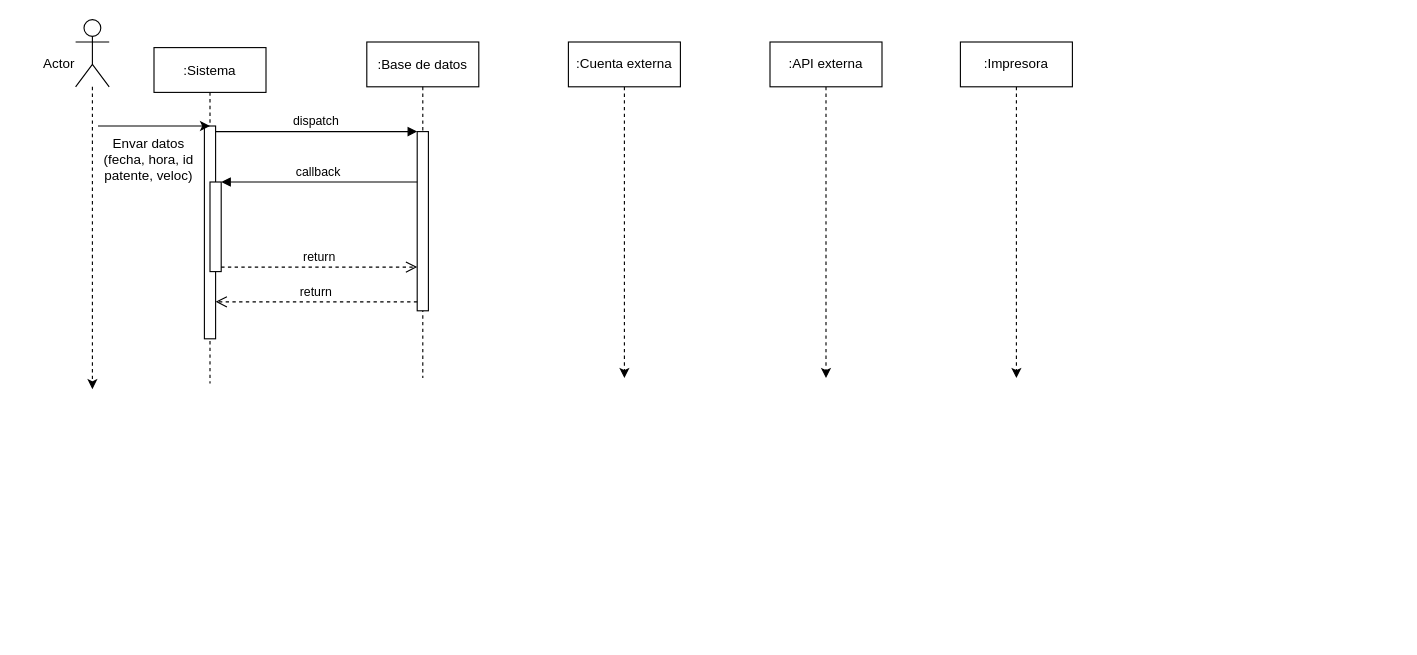
Tomas123-alt/izo-isw1-tpds keeps this draw.io diagram as diagrama/Diagrama sin título.drawio. Above is the earlier version. Source tidied: cells renumbered, new cells numbered last; positions are measured from the earlier drawing's top-left corner, leaving out a move shared by most shapes. Both pictures are drawn from the tidied source at 112%, with x=0, y=0 at pixel (30, 19).
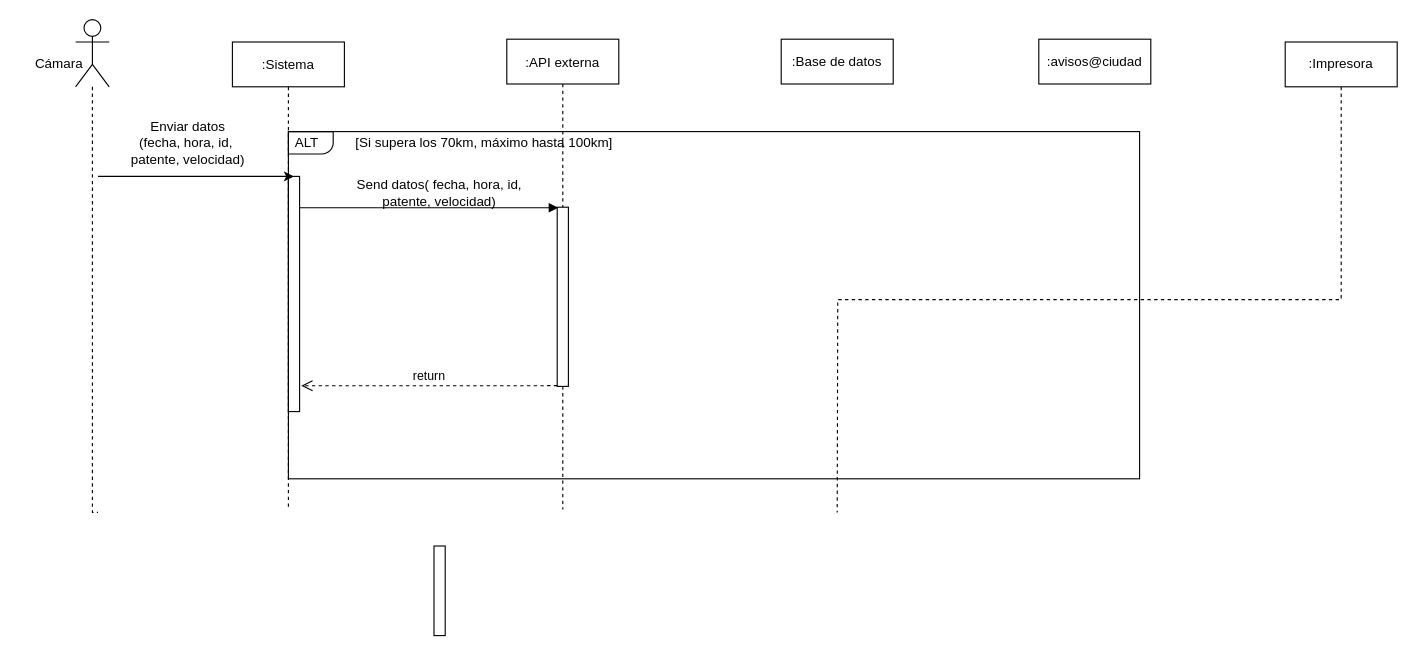
After the change.

The change refers to these unchanged cells:
```xml
<mxCell id="14" style="shape=umlActor;verticalLabelPosition=bottom;verticalAlign=top;html=1;outlineConnect=0;" parent="1" vertex="1">
  <mxGeometry x="40" width="30" height="60" as="geometry" />
</mxCell>
```

What changed in the source:
```diff
@@
     <mxCell id="2" value=":Sistema" style="shape=umlLifeline;perimeter=lifelinePerimeter;rounded=0;shadow=0;strokeWidth=1;size=40;" parent="1" vertex="1">
-      <mxGeometry x="110" y="25" width="100" height="300" as="geometry" />
+      <mxGeometry x="180" y="20" width="100" height="415" as="geometry" />
     </mxCell>
     <mxCell id="3" style="points=[];perimeter=orthogonalPerimeter;rounded=0;shadow=0;strokeWidth=1;" parent="2" vertex="1">
-      <mxGeometry x="45" y="70" width="10" height="190" as="geometry" />
+      <mxGeometry x="50" y="120" width="10" height="210" as="geometry" />
     </mxCell>
-    <mxCell id="4" style="points=[];perimeter=orthogonalPerimeter;rounded=0;shadow=0;strokeWidth=1;" parent="2" vertex="1">
-      <mxGeometry x="50" y="120" width="10" height="80" as="geometry" />
-    </mxCell>
-    <mxCell id="5" style="endArrow=classic;html=1;rounded=0;entryX=0.5;entryY=0;entryDx=0;entryDy=0;entryPerimeter=0;" parent="2" edge="1" target="3">
-      <mxGeometry relative="1" as="geometry">
-        <mxPoint x="-50" y="70" as="sourcePoint" />
-      </mxGeometry>
-    </mxCell>
-    <mxCell id="6" value="Envar datos&lt;br&gt;(fecha, hora, id&lt;br&gt;patente, veloc)" style="text;html=1;align=center;verticalAlign=middle;strokeColor=none;fillColor=none;" parent="2" vertex="1">
-      <mxGeometry x="-55" y="70" width="100" height="60" as="geometry" />
-    </mxCell>
-    <mxCell id="7" value=":Base de datos" style="shape=umlLifeline;perimeter=lifelinePerimeter;rounded=0;shadow=0;strokeWidth=1;" parent="1" vertex="1">
-      <mxGeometry x="300" y="20" width="100" height="300" as="geometry" />
+    <mxCell id="7" value=":API externa" style="shape=umlLifeline;perimeter=lifelinePerimeter;rounded=0;shadow=0;strokeWidth=1;" parent="1" vertex="1">
+      <mxGeometry x="425" y="17.5" width="100" height="420" as="geometry" />
     </mxCell>
     <mxCell id="8" style="points=[];perimeter=orthogonalPerimeter;rounded=0;shadow=0;strokeWidth=1;" parent="7" vertex="1">
-      <mxGeometry x="45" y="80" width="10" height="160" as="geometry" />
+      <mxGeometry x="45" y="150" width="10" height="160" as="geometry" />
     </mxCell>
-    <mxCell id="9" value="return" style="verticalAlign=bottom;endArrow=open;dashed=1;endSize=8;exitX=0;exitY=0.95;shadow=0;strokeWidth=1;" parent="1" edge="1" source="8" target="3">
+    <mxCell id="9" value="return" style="verticalAlign=bottom;endArrow=open;dashed=1;endSize=8;shadow=0;strokeWidth=1;entryX=1.15;entryY=0.89;entryDx=0;entryDy=0;entryPerimeter=0;exitX=0;exitY=0.996;exitDx=0;exitDy=0;exitPerimeter=0;" parent="1" edge="1" source="8" target="3">
       <mxGeometry relative="1" as="geometry" />
     </mxCell>
-    <mxCell id="10" value="dispatch" style="verticalAlign=bottom;endArrow=block;entryX=0;entryY=0;shadow=0;strokeWidth=1;" parent="1" edge="1" source="3" target="8">
+    <mxCell id="10" style="verticalAlign=bottom;endArrow=block;shadow=0;strokeWidth=1;entryX=0.1;entryY=0.003;entryDx=0;entryDy=0;entryPerimeter=0;" parent="1" edge="1" source="3" target="8">
       <mxGeometry relative="1" as="geometry" />
     </mxCell>
-    <mxCell id="11" value="callback" style="verticalAlign=bottom;endArrow=block;entryX=1;entryY=0;shadow=0;strokeWidth=1;" parent="1" edge="1" source="8" target="4">
-      <mxGeometry relative="1" as="geometry" />
-    </mxCell>
-    <mxCell id="12" value="return" style="verticalAlign=bottom;endArrow=open;dashed=1;endSize=8;exitX=1;exitY=0.95;shadow=0;strokeWidth=1;" parent="1" edge="1" source="4" target="8">
-      <mxGeometry relative="1" as="geometry" />
-    </mxCell>
-    <mxCell id="13" style="edgeStyle=orthogonalEdgeStyle;rounded=0;jettySize=auto;html=1;dashed=1;" parent="1" edge="1" source="14">
+    <mxCell id="13" style="edgeStyle=orthogonalEdgeStyle;rounded=0;jettySize=auto;html=1;dashed=1;endArrow=none;endFill=0;" parent="1" edge="1" source="14">
       <mxGeometry relative="1" as="geometry">
-        <mxPoint x="55" y="330" as="targetPoint" />
+        <mxPoint x="60" y="440" as="targetPoint" />
         <Array as="points">
           <mxPoint x="55" y="110" />
           <mxPoint x="55" y="110" />
         </Array>
       </mxGeometry>
     </mxCell>
@@
-    <mxCell id="15" style="edgeStyle=orthogonalEdgeStyle;rounded=0;jettySize=auto;html=1;exitX=0.5;exitY=1;exitDx=0;exitDy=0;dashed=1;" parent="1" edge="1" source="16">
-      <mxGeometry relative="1" as="geometry">
-        <mxPoint x="530" y="320" as="targetPoint" />
-      </mxGeometry>
-    </mxCell>
-    <mxCell id="16" value=":Cuenta externa" style="rounded=1;whiteSpace=wrap;html=1;arcSize=0;" parent="1" vertex="1">
-      <mxGeometry x="480" y="20" width="100" height="40" as="geometry" />
-    </mxCell>
-    <mxCell id="17" style="edgeStyle=orthogonalEdgeStyle;rounded=0;jettySize=auto;html=1;exitX=0.5;exitY=1;exitDx=0;exitDy=0;dashed=1;" parent="1" edge="1" source="18">
-      <mxGeometry relative="1" as="geometry">
-        <mxPoint x="710" y="320" as="targetPoint" />
-      </mxGeometry>
-    </mxCell>
-    <mxCell id="18" value=":API externa" style="rounded=1;whiteSpace=wrap;html=1;arcSize=0;" parent="1" vertex="1">
-      <mxGeometry x="660" y="20" width="100" height="40" as="geometry" />
-    </mxCell>
-    <mxCell id="19" style="edgeStyle=orthogonalEdgeStyle;rounded=0;jettySize=auto;html=1;exitX=0.5;exitY=1;exitDx=0;exitDy=0;dashed=1;" parent="1" edge="1" source="20">
+    <mxCell id="19" style="edgeStyle=orthogonalEdgeStyle;rounded=0;jettySize=auto;html=1;exitX=0.5;exitY=1;exitDx=0;exitDy=0;dashed=1;endArrow=none;endFill=0;" parent="1" edge="1" source="20">
       <mxGeometry relative="1" as="geometry">
-        <mxPoint x="880" y="320" as="targetPoint" />
+        <mxPoint x="720" y="440" as="targetPoint" />
       </mxGeometry>
     </mxCell>
     <mxCell id="20" value=":Impresora" style="rounded=1;whiteSpace=wrap;html=1;arcSize=0;" parent="1" vertex="1">
-      <mxGeometry x="830" y="20" width="100" height="40" as="geometry" />
+      <mxGeometry x="1120" y="20" width="100" height="40" as="geometry" />
     </mxCell>
-    <mxCell id="21" value="Actor" style="text;html=1;align=center;verticalAlign=middle;strokeColor=none;fillColor=none;" parent="1" vertex="1">
-      <mxGeometry y="25" width="50" height="30" as="geometry" />
+    <mxCell id="21" value="Cámara" style="text;html=1;align=center;verticalAlign=middle;strokeColor=none;fillColor=none;" parent="1" vertex="1">
+      <mxGeometry x="-10" y="25" width="70" height="30" as="geometry" />
     </mxCell>
+    <mxCell id="4" style="points=[];perimeter=orthogonalPerimeter;rounded=0;shadow=0;strokeWidth=1;" parent="1" vertex="1">
+      <mxGeometry x="360" y="470" width="10" height="80" as="geometry" />
+    </mxCell>
+    <mxCell id="22" style="rounded=0;whiteSpace=wrap;html=1;shadow=0;fontSize=12;fillColor=none;" parent="1" vertex="1">
+      <mxGeometry x="230" y="100" width="760" height="310" as="geometry" />
+    </mxCell>
+    <mxCell id="6" value="Enviar datos&lt;br&gt;(fecha, hora, id,&amp;nbsp;&lt;br&gt;patente, velocidad)" style="text;html=1;align=center;verticalAlign=middle;strokeColor=none;fillColor=none;" parent="1" vertex="1">
+      <mxGeometry x="80" y="80" width="120" height="60" as="geometry" />
+    </mxCell>
+    <mxCell id="5" style="endArrow=classic;html=1;rounded=0;entryX=0.5;entryY=0;entryDx=0;entryDy=0;entryPerimeter=0;" parent="1" edge="1" target="3">
+      <mxGeometry relative="1" as="geometry">
+        <mxPoint x="60" y="140" as="sourcePoint" />
+      </mxGeometry>
+    </mxCell>
+    <mxCell id="23" style="verticalLabelPosition=bottom;verticalAlign=top;html=1;shape=mxgraph.basic.corner_round_rect;dx=6;shadow=0;fontSize=12;fillColor=none;direction=west;" parent="1" vertex="1">
+      <mxGeometry x="230" y="100" width="40" height="20" as="geometry" />
+    </mxCell>
+    <mxCell id="24" value="&amp;nbsp;ALT" style="text;html=1;strokeColor=none;fillColor=none;align=center;verticalAlign=middle;whiteSpace=wrap;rounded=0;shadow=0;fontSize=12;" parent="1" vertex="1">
+      <mxGeometry x="215" y="95" width="60" height="30" as="geometry" />
+    </mxCell>
+    <mxCell id="25" value="&lt;div style=&quot;text-align: left;&quot;&gt;[Si supera los 70km, máximo hasta 100km]&lt;/div&gt;" style="text;html=1;strokeColor=none;fillColor=none;align=center;verticalAlign=middle;whiteSpace=wrap;rounded=0;shadow=0;fontSize=12;" parent="1" vertex="1">
+      <mxGeometry x="270" y="95" width="270" height="30" as="geometry" />
+    </mxCell>
+    <mxCell id="26" value="Send datos( fecha, hora, id, patente, velocidad)" style="text;html=1;strokeColor=none;fillColor=none;align=center;verticalAlign=middle;whiteSpace=wrap;rounded=0;shadow=0;fontSize=12;" parent="1" vertex="1">
+      <mxGeometry x="285" y="140" width="160" height="30" as="geometry" />
+    </mxCell>
+    <mxCell id="27" value=":Base de datos" style="rounded=1;whiteSpace=wrap;html=1;arcSize=0;" parent="1" vertex="1">
+      <mxGeometry x="670" y="17.5" width="100" height="40" as="geometry" />
+    </mxCell>
+    <mxCell id="28" value=":avisos@ciudad" style="rounded=1;whiteSpace=wrap;html=1;arcSize=0;" parent="1" vertex="1">
+      <mxGeometry x="900" y="17.5" width="100" height="40" as="geometry" />
+    </mxCell>
```
